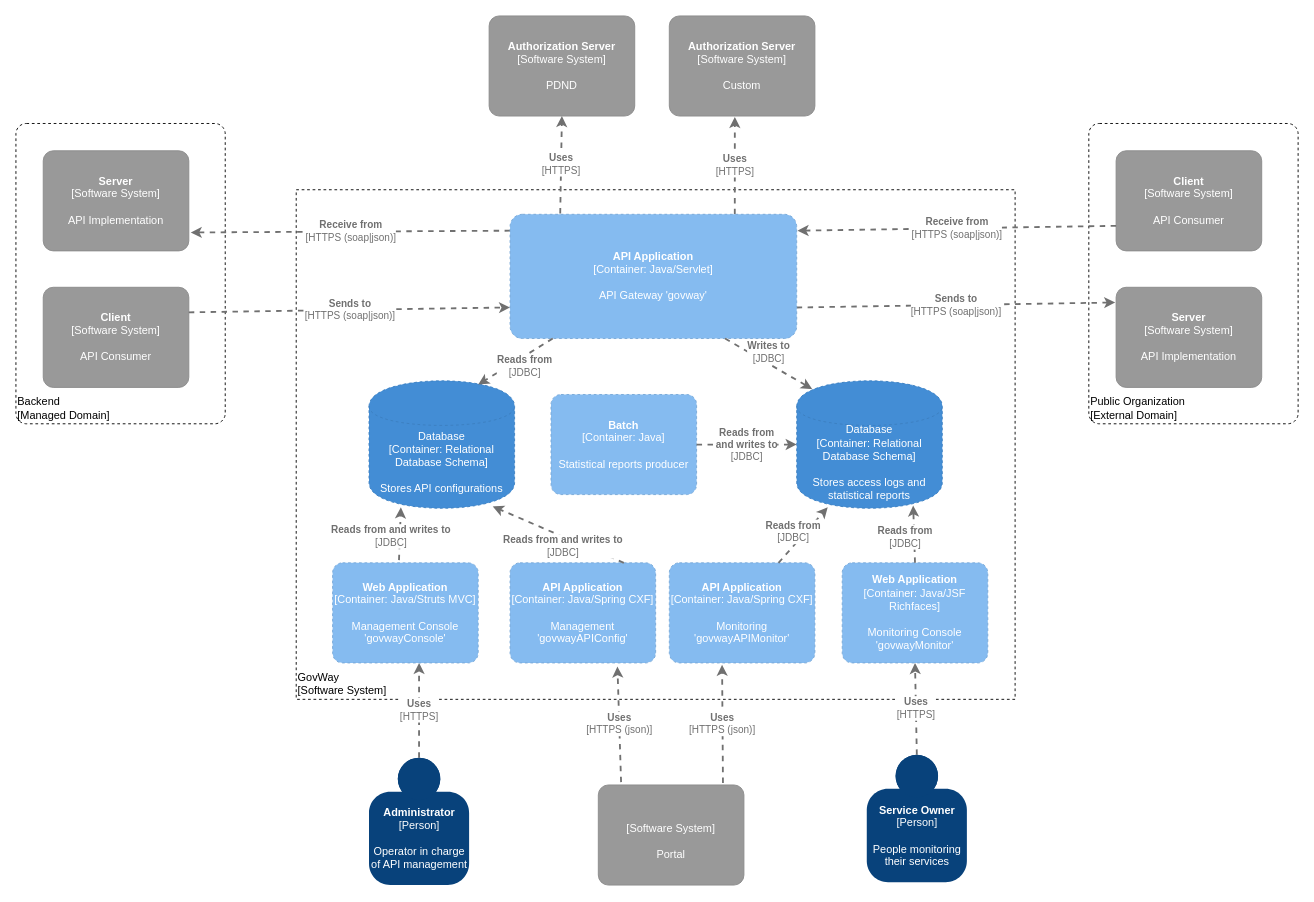
The draw.io diagram page "L2" (2 of 9) of resources/doc/src/c4_architecture/c4_architecture.drawio in link-it/govway, before the edit. Source tidied: cells renumbered, new cells numbered last; positions are measured from the earlier drawing's top-left corner, leaving out a move shared by most shapes. Both pictures are drawn from the tidied source at 91%, with x=0, y=0 at pixel (15, 15).
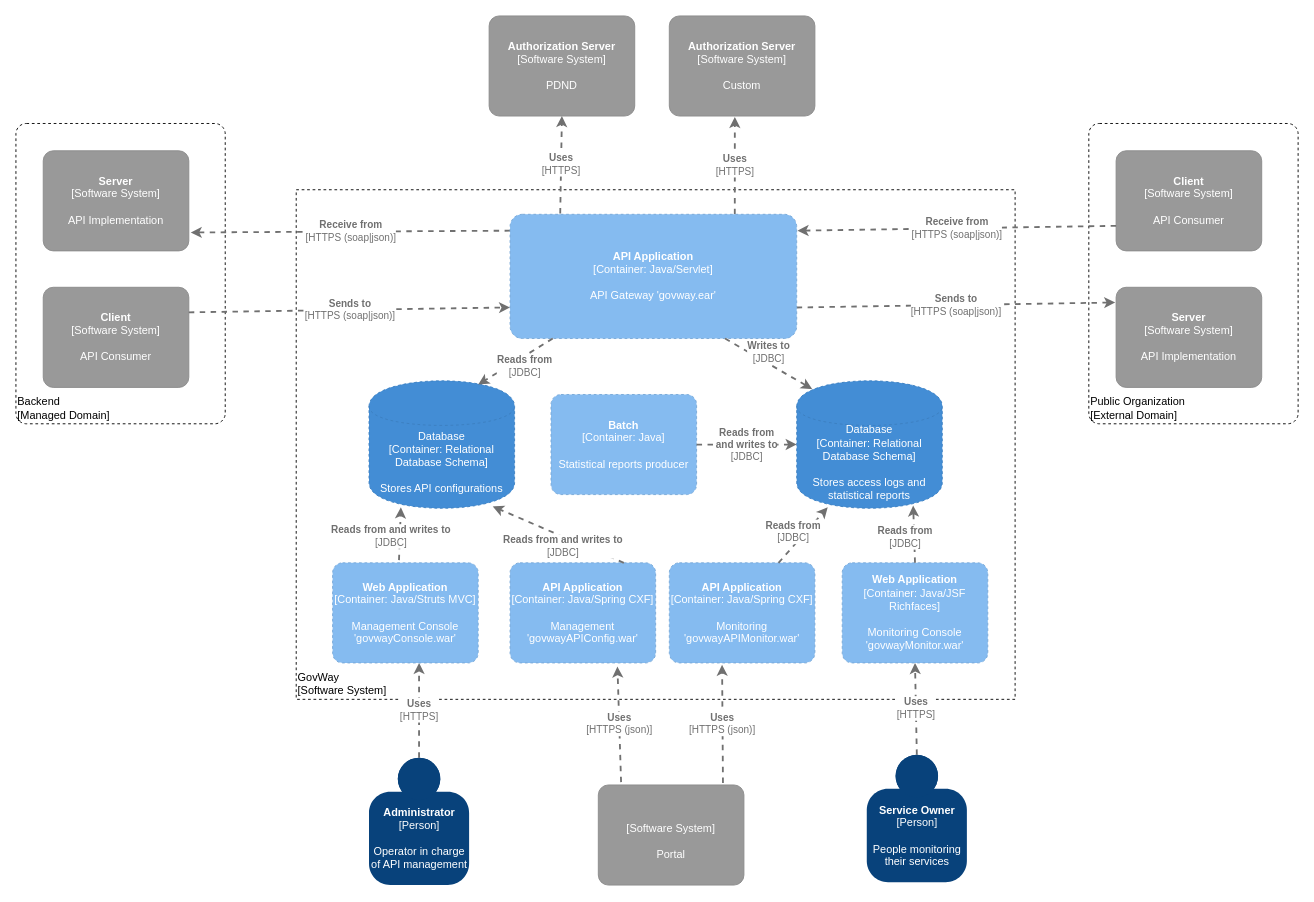
The same diagram, later.

The edit, as a diff of the source:
```diff
@@
-    <object id="23" label="&lt;b&gt;%c4Name%&lt;/b&gt;&lt;div&gt;[%c4Type%: %c4Technology%]&lt;/div&gt;&lt;br&gt;&lt;div&gt;%c4Description%&lt;/div&gt;" c4Description="Management Console 'govwayConsole'" c4Name="Web Application" c4Technology="Java/Struts MVC" c4Type="Container" placeholders="1">
+    <object id="23" label="&lt;b&gt;%c4Name%&lt;/b&gt;&lt;div&gt;[%c4Type%: %c4Technology%]&lt;/div&gt;&lt;br&gt;&lt;div&gt;%c4Description%&lt;/div&gt;" c4Description="Management Console 'govwayConsole.war'" c4Name="Web Application" c4Technology="Java/Struts MVC" c4Type="Container" placeholders="1">
       <mxCell style="rounded=1;whiteSpace=wrap;html=1;labelBackgroundColor=none;fillColor=#85BBF0;fontColor=#ffffff;align=center;arcSize=10;strokeColor=#78A8D8;metaData={&quot;c4Type&quot;:{&quot;editable&quot;:false}};points=[[0.25,0,0],[0.5,0,0],[0.75,0,0],[1,0.25,0],[1,0.5,0],[1,0.75,0],[0.75,1,0],[0.5,1,0],[0.25,1,0],[0,0.75,0],[0,0.5,0],[0,0.25,0]];dashed=1;" parent="1" vertex="1">
         <mxGeometry x="348" y="601" width="160" height="110" as="geometry" />
       </mxCell>
     </object>
-    <object id="24" label="&lt;b&gt;%c4Name%&lt;/b&gt;&lt;div&gt;[%c4Type%: %c4Technology%]&lt;/div&gt;&lt;br&gt;&lt;div&gt;%c4Description%&lt;/div&gt;" c4Description="Monitoring Console 'govwayMonitor'" c4Name="Web Application" c4Technology="Java/JSF Richfaces" c4Type="Container" placeholders="1">
+    <object id="24" label="&lt;b&gt;%c4Name%&lt;/b&gt;&lt;div&gt;[%c4Type%: %c4Technology%]&lt;/div&gt;&lt;br&gt;&lt;div&gt;%c4Description%&lt;/div&gt;" c4Description="Monitoring Console 'govwayMonitor.war'" c4Name="Web Application" c4Technology="Java/JSF Richfaces" c4Type="Container" placeholders="1">
       <mxCell style="rounded=1;whiteSpace=wrap;html=1;labelBackgroundColor=none;fillColor=#85BBF0;fontColor=#ffffff;align=center;arcSize=10;strokeColor=#78A8D8;metaData={&quot;c4Type&quot;:{&quot;editable&quot;:false}};points=[[0.25,0,0],[0.5,0,0],[0.75,0,0],[1,0.25,0],[1,0.5,0],[1,0.75,0],[0.75,1,0],[0.5,1,0],[0.25,1,0],[0,0.75,0],[0,0.5,0],[0,0.25,0]];dashed=1;" parent="1" vertex="1">
         <mxGeometry x="908" y="601" width="160" height="110" as="geometry" />
       </mxCell>
     </object>
-    <object id="25" label="&lt;b&gt;%c4Name%&lt;/b&gt;&lt;div&gt;[%c4Type%: %c4Technology%]&lt;/div&gt;&lt;br&gt;&lt;div&gt;%c4Description%&lt;/div&gt;" c4Description="Monitoring 'govwayAPIMonitor'" c4Name="API Application" c4Technology="Java/Spring CXF" c4Type="Container" placeholders="1">
+    <object id="25" label="&lt;b&gt;%c4Name%&lt;/b&gt;&lt;div&gt;[%c4Type%: %c4Technology%]&lt;/div&gt;&lt;br&gt;&lt;div&gt;%c4Description%&lt;/div&gt;" c4Description="Monitoring 'govwayAPIMonitor.war'" c4Name="API Application" c4Technology="Java/Spring CXF" c4Type="Container" placeholders="1">
       <mxCell style="rounded=1;whiteSpace=wrap;html=1;labelBackgroundColor=none;fillColor=#85BBF0;fontColor=#ffffff;align=center;arcSize=10;strokeColor=#78A8D8;metaData={&quot;c4Type&quot;:{&quot;editable&quot;:false}};points=[[0.25,0,0],[0.5,0,0],[0.75,0,0],[1,0.25,0],[1,0.5,0],[1,0.75,0],[0.75,1,0],[0.5,1,0],[0.25,1,0],[0,0.75,0],[0,0.5,0],[0,0.25,0]];dashed=1;" parent="1" vertex="1">
         <mxGeometry x="718" y="601" width="160" height="110" as="geometry" />
       </mxCell>
     </object>
-    <object id="26" label="&lt;b&gt;%c4Name%&lt;/b&gt;&lt;div&gt;[%c4Type%: %c4Technology%]&lt;/div&gt;&lt;br&gt;&lt;div&gt;%c4Description%&lt;/div&gt;" c4Description="Management 'govwayAPIConfig'" c4Name="API Application" c4Technology="Java/Spring CXF" c4Type="Container" placeholders="1">
+    <object id="26" label="&lt;b&gt;%c4Name%&lt;/b&gt;&lt;div&gt;[%c4Type%: %c4Technology%]&lt;/div&gt;&lt;br&gt;&lt;div&gt;%c4Description%&lt;/div&gt;" c4Description="Management 'govwayAPIConfig.war'" c4Name="API Application" c4Technology="Java/Spring CXF" c4Type="Container" placeholders="1">
       <mxCell style="rounded=1;whiteSpace=wrap;html=1;labelBackgroundColor=none;fillColor=#85BBF0;fontColor=#ffffff;align=center;arcSize=10;strokeColor=#78A8D8;metaData={&quot;c4Type&quot;:{&quot;editable&quot;:false}};dashed=1;" parent="1" vertex="1">
         <mxGeometry x="543" y="601" width="160" height="110" as="geometry" />
       </mxCell>
     </object>
@@
-    <object id="33" label="&lt;b&gt;%c4Name%&lt;/b&gt;&lt;div&gt;[%c4Type%: %c4Technology%]&lt;/div&gt;&lt;br&gt;&lt;div&gt;%c4Description%&lt;/div&gt;" c4Description="API Gateway 'govway'" c4Name="API Application" c4Technology="Java/Servlet" c4Type="Container" placeholders="1">
+    <object id="33" label="&lt;b&gt;%c4Name%&lt;/b&gt;&lt;div&gt;[%c4Type%: %c4Technology%]&lt;/div&gt;&lt;br&gt;&lt;div&gt;%c4Description%&lt;/div&gt;" c4Description="API Gateway 'govway.ear'" c4Name="API Application" c4Technology="Java/Servlet" c4Type="Container" placeholders="1">
       <mxCell style="rounded=1;whiteSpace=wrap;html=1;labelBackgroundColor=none;fillColor=#85BBF0;fontColor=#ffffff;align=center;arcSize=10;strokeColor=#78A8D8;metaData={&quot;c4Type&quot;:{&quot;editable&quot;:false}};points=[[0.25,0,0],[0.5,0,0],[0.75,0,0],[1,0.25,0],[1,0.5,0],[1,0.75,0],[0.75,1,0],[0.5,1,0],[0.25,1,0],[0,0.75,0],[0,0.5,0],[0,0.25,0]];dashed=1;" parent="1" vertex="1">
         <mxGeometry x="543" y="218" width="315" height="136.5" as="geometry" />
       </mxCell>
     </object>
```
